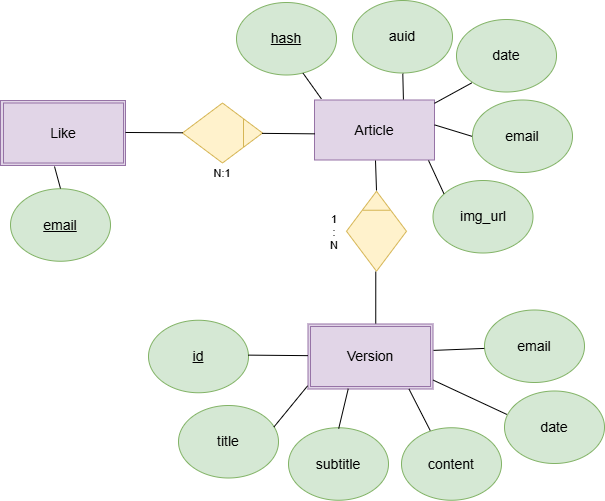
The draw.io diagram memoria/media/mer-tfg.drawio.png in 841723/locatopedia, before a commit. Source tidied: cells renumbered, new cells last; positions are measured from the earlier drawing's top-left corner, leaving out a move shared by most shapes.
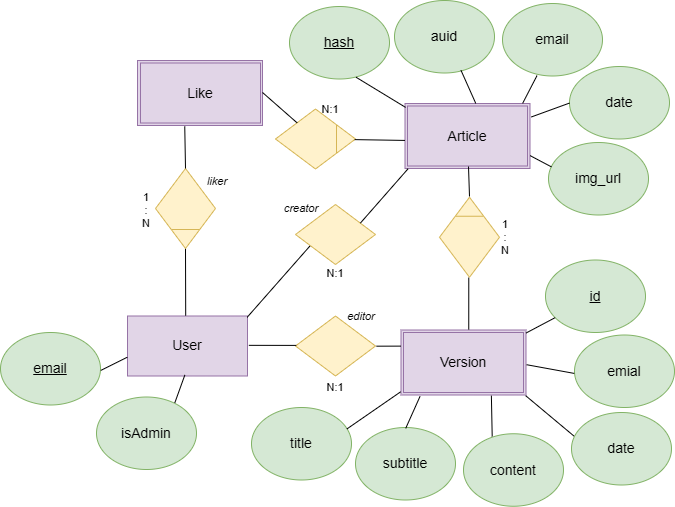
After the change.

The edit, as a diff of the source:
```diff
@@ -2,14 +2,17 @@
   <root>
     <mxCell id="0" />
     <mxCell id="1" parent="0" />
+    <mxCell id="42" style="rounded=0;whiteSpace=wrap;html=1;fontSize=14;fillColor=#e1d5e7;strokeColor=#9673a6;" parent="1" vertex="1">
+      <mxGeometry x="311.5" y="97" width="125" height="65" as="geometry" />
+    </mxCell>
     <mxCell id="2" style="rounded=0;whiteSpace=wrap;html=1;fontSize=14;fillColor=#e1d5e7;strokeColor=#9673a6;" parent="1" vertex="1">
       <mxGeometry x="307.5" y="323.5" width="125" height="65" as="geometry" />
     </mxCell>
     <mxCell id="3" style="rounded=0;whiteSpace=wrap;html=1;fontSize=14;fillColor=#e1d5e7;strokeColor=#9673a6;" parent="1" vertex="1">
-      <mxGeometry y="100" width="125" height="65" as="geometry" />
+      <mxGeometry x="44" y="54" width="125" height="65" as="geometry" />
     </mxCell>
     <mxCell id="4" value="Like" style="rounded=0;whiteSpace=wrap;html=1;fontSize=14;fillColor=#e1d5e7;strokeColor=#9673a6;" parent="1" vertex="1">
-      <mxGeometry x="3" y="102.5" width="120" height="60" as="geometry" />
+      <mxGeometry x="47" y="56.5" width="120" height="60" as="geometry" />
     </mxCell>
     <mxCell id="5" value="Article" style="rounded=0;whiteSpace=wrap;html=1;fontSize=14;fillColor=#e1d5e7;strokeColor=#9673a6;" parent="1" vertex="1">
       <mxGeometry x="314" y="99.5" width="120" height="60" as="geometry" />
@@ -29,67 +32,55 @@
     <mxCell id="9" style="rhombus;whiteSpace=wrap;html=1;rotation=0;fontSize=14;fillColor=#fff2cc;strokeColor=#d6b656;" parent="1" vertex="1">
       <mxGeometry x="182" y="102.5" width="80" height="60" as="geometry" />
     </mxCell>
-    <mxCell id="10" style="rounded=0;jettySize=auto;html=1;endArrow=none;endFill=0;entryX=0.004;entryY=0.564;entryDx=0;entryDy=0;entryPerimeter=0;" parent="1" edge="1" source="9" target="5">
+    <mxCell id="10" style="rounded=0;jettySize=auto;html=1;endArrow=none;endFill=0;entryX=0;entryY=0.568;entryDx=0;entryDy=0;entryPerimeter=0;" parent="1" edge="1" source="9" target="42">
       <mxGeometry relative="1" as="geometry" />
     </mxCell>
     <mxCell id="11" style="rounded=0;jettySize=auto;html=1;endArrow=none;endFill=0;entryX=1;entryY=0.492;entryDx=0;entryDy=0;entryPerimeter=0;" parent="1" edge="1" source="9" target="3">
       <mxGeometry relative="1" as="geometry" />
     </mxCell>
-    <mxCell id="12" value="&lt;u&gt;email&lt;/u&gt;" style="ellipse;whiteSpace=wrap;html=1;fontFamily=Helvetica;fontSize=14;fillColor=#d5e8d4;strokeColor=#82b366;fontStyle=0;" parent="1" vertex="1">
-      <mxGeometry x="10" y="188.2" width="100" height="72.5" as="geometry" />
-    </mxCell>
     <mxCell id="13" value="auid" style="ellipse;whiteSpace=wrap;html=1;fontFamily=Helvetica;fontSize=14;fillColor=#d5e8d4;strokeColor=#82b366;fontStyle=0;" parent="1" vertex="1">
-      <mxGeometry x="352" width="100" height="72.5" as="geometry" />
+      <mxGeometry x="301" y="-6" width="100" height="72.5" as="geometry" />
     </mxCell>
-    <mxCell id="14" value="date" style="ellipse;whiteSpace=wrap;html=1;fontFamily=Helvetica;fontSize=14;fillColor=#d5e8d4;strokeColor=#82b366;fontStyle=0;" parent="1" vertex="1">
-      <mxGeometry x="456" y="19" width="100" height="72.5" as="geometry" />
+    <mxCell id="14" value="email" style="ellipse;whiteSpace=wrap;html=1;fontFamily=Helvetica;fontSize=14;fillColor=#d5e8d4;strokeColor=#82b366;fontStyle=0;" parent="1" vertex="1">
+      <mxGeometry x="409" y="-3" width="100" height="72.5" as="geometry" />
     </mxCell>
-    <mxCell id="15" value="email" style="ellipse;whiteSpace=wrap;html=1;fontFamily=Helvetica;fontSize=14;fillColor=#d5e8d4;strokeColor=#82b366;fontStyle=0;" parent="1" vertex="1">
-      <mxGeometry x="472" y="99.5" width="100" height="72.5" as="geometry" />
-    </mxCell>
-    <mxCell id="16" value="img_url" style="ellipse;whiteSpace=wrap;html=1;fontFamily=Helvetica;fontSize=14;fillColor=#d5e8d4;strokeColor=#82b366;fontStyle=0;" parent="1" vertex="1">
-      <mxGeometry x="432.5" y="180" width="100" height="72.5" as="geometry" />
+    <mxCell id="16" value="date" style="ellipse;whiteSpace=wrap;html=1;fontFamily=Helvetica;fontSize=14;fillColor=#d5e8d4;strokeColor=#82b366;fontStyle=0;" parent="1" vertex="1">
+      <mxGeometry x="476" y="60" width="100" height="72.5" as="geometry" />
     </mxCell>
     <mxCell id="17" value="title" style="ellipse;whiteSpace=wrap;html=1;fontFamily=Helvetica;fontSize=14;fillColor=#d5e8d4;strokeColor=#82b366;fontStyle=0;" parent="1" vertex="1">
-      <mxGeometry x="178" y="405" width="100" height="72.5" as="geometry" />
+      <mxGeometry x="158" y="401" width="100" height="72.5" as="geometry" />
     </mxCell>
     <mxCell id="18" value="subtitle" style="ellipse;whiteSpace=wrap;html=1;fontFamily=Helvetica;fontSize=14;fillColor=#d5e8d4;strokeColor=#82b366;fontStyle=0;" parent="1" vertex="1">
-      <mxGeometry x="288" y="427.2" width="100" height="72.5" as="geometry" />
+      <mxGeometry x="262" y="421" width="100" height="72.5" as="geometry" />
     </mxCell>
     <mxCell id="19" value="content" style="ellipse;whiteSpace=wrap;html=1;fontFamily=Helvetica;fontSize=14;fillColor=#d5e8d4;strokeColor=#82b366;fontStyle=0;" parent="1" vertex="1">
-      <mxGeometry x="401" y="427.2" width="100" height="72.5" as="geometry" />
+      <mxGeometry x="370" y="427.2" width="100" height="72.5" as="geometry" />
     </mxCell>
     <mxCell id="20" value="date" style="ellipse;whiteSpace=wrap;html=1;fontFamily=Helvetica;fontSize=14;fillColor=#d5e8d4;strokeColor=#82b366;fontStyle=0;" parent="1" vertex="1">
-      <mxGeometry x="504" y="390.5" width="100" height="72.5" as="geometry" />
+      <mxGeometry x="478" y="406" width="100" height="72.5" as="geometry" />
     </mxCell>
-    <mxCell id="21" value="email" style="ellipse;whiteSpace=wrap;html=1;fontFamily=Helvetica;fontSize=14;fillColor=#d5e8d4;strokeColor=#82b366;fontStyle=0;" parent="1" vertex="1">
-      <mxGeometry x="484" y="309.5" width="100" height="72.5" as="geometry" />
+    <mxCell id="21" value="emial" style="ellipse;whiteSpace=wrap;html=1;fontFamily=Helvetica;fontSize=14;fillColor=#d5e8d4;strokeColor=#82b366;fontStyle=0;" parent="1" vertex="1">
+      <mxGeometry x="481" y="328.5" width="100" height="72.5" as="geometry" />
     </mxCell>
-    <mxCell id="22" style="rounded=0;jettySize=auto;html=1;endArrow=none;endFill=0;entryX=0.5;entryY=-0.003;entryDx=0;entryDy=0;entryPerimeter=0;exitX=0.432;exitY=1.015;exitDx=0;exitDy=0;exitPerimeter=0;" parent="1" edge="1" source="3" target="12">
-      <mxGeometry relative="1" as="geometry" />
-    </mxCell>
-    <mxCell id="23" style="rounded=0;jettySize=auto;html=1;endArrow=none;endFill=0;entryX=0.741;entryY=-0.008;entryDx=0;entryDy=0;entryPerimeter=0;exitX=0.503;exitY=1.009;exitDx=0;exitDy=0;exitPerimeter=0;" parent="1" edge="1" source="13" target="5">
+    <mxCell id="23" style="rounded=0;jettySize=auto;html=1;endArrow=none;endFill=0;exitX=0.665;exitY=0.963;exitDx=0;exitDy=0;exitPerimeter=0;entryX=0.566;entryY=-0.002;entryDx=0;entryDy=0;entryPerimeter=0;" parent="1" edge="1" source="13" target="42">
       <mxGeometry relative="1" as="geometry" />
     </mxCell>
-    <mxCell id="24" style="rounded=0;jettySize=auto;html=1;endArrow=none;endFill=0;entryX=1;entryY=0.055;entryDx=0;entryDy=0;entryPerimeter=0;exitX=0.152;exitY=0.875;exitDx=0;exitDy=0;exitPerimeter=0;" parent="1" edge="1" source="14" target="5">
+    <mxCell id="24" style="rounded=0;jettySize=auto;html=1;endArrow=none;endFill=0;entryX=0.941;entryY=-0.002;entryDx=0;entryDy=0;entryPerimeter=0;exitX=0.345;exitY=0.995;exitDx=0;exitDy=0;exitPerimeter=0;" parent="1" edge="1" source="14" target="42">
       <mxGeometry relative="1" as="geometry" />
     </mxCell>
-    <mxCell id="25" style="rounded=0;jettySize=auto;html=1;endArrow=none;endFill=0;entryX=1.001;entryY=0.415;entryDx=0;entryDy=0;entryPerimeter=0;exitX=-0.005;exitY=0.501;exitDx=0;exitDy=0;exitPerimeter=0;" parent="1" edge="1" source="15" target="5">
-      <mxGeometry relative="1" as="geometry" />
-    </mxCell>
-    <mxCell id="26" style="rounded=0;jettySize=auto;html=1;endArrow=none;endFill=0;entryX=0.95;entryY=1.007;entryDx=0;entryDy=0;entryPerimeter=0;exitX=0.109;exitY=0.181;exitDx=0;exitDy=0;exitPerimeter=0;" parent="1" edge="1" source="16" target="5">
+    <mxCell id="26" style="rounded=0;jettySize=auto;html=1;endArrow=none;endFill=0;entryX=1.011;entryY=0.207;entryDx=0;entryDy=0;entryPerimeter=0;exitX=-0.001;exitY=0.505;exitDx=0;exitDy=0;exitPerimeter=0;" parent="1" edge="1" source="16" target="42">
       <mxGeometry relative="1" as="geometry" />
     </mxCell>
-    <mxCell id="27" style="rounded=0;jettySize=auto;html=1;endArrow=none;endFill=0;exitX=-0.002;exitY=0.53;exitDx=0;exitDy=0;exitPerimeter=0;entryX=1.004;entryY=0.406;entryDx=0;entryDy=0;entryPerimeter=0;" parent="1" edge="1" source="21" target="2">
+    <mxCell id="27" style="rounded=0;jettySize=auto;html=1;endArrow=none;endFill=0;exitX=-0.002;exitY=0.53;exitDx=0;exitDy=0;exitPerimeter=0;entryX=1.005;entryY=0.534;entryDx=0;entryDy=0;entryPerimeter=0;" parent="1" edge="1" source="21" target="2">
       <mxGeometry relative="1" as="geometry" />
     </mxCell>
-    <mxCell id="28" style="rounded=0;jettySize=auto;html=1;endArrow=none;endFill=0;entryX=1.001;entryY=0.863;entryDx=0;entryDy=0;entryPerimeter=0;exitX=0.023;exitY=0.323;exitDx=0;exitDy=0;exitPerimeter=0;" parent="1" edge="1" source="20" target="2">
+    <mxCell id="28" style="rounded=0;jettySize=auto;html=1;endArrow=none;endFill=0;entryX=0.997;entryY=1.01;entryDx=0;entryDy=0;entryPerimeter=0;exitX=0.023;exitY=0.323;exitDx=0;exitDy=0;exitPerimeter=0;" parent="1" edge="1" source="20" target="2">
       <mxGeometry relative="1" as="geometry" />
     </mxCell>
-    <mxCell id="29" style="rounded=0;jettySize=auto;html=1;endArrow=none;endFill=0;exitX=0.287;exitY=0.038;exitDx=0;exitDy=0;exitPerimeter=0;entryX=0.808;entryY=1.001;entryDx=0;entryDy=0;entryPerimeter=0;" parent="1" edge="1" source="19" target="2">
+    <mxCell id="29" style="rounded=0;jettySize=auto;html=1;endArrow=none;endFill=0;exitX=0.287;exitY=0.038;exitDx=0;exitDy=0;exitPerimeter=0;entryX=0.723;entryY=1.01;entryDx=0;entryDy=0;entryPerimeter=0;" parent="1" edge="1" source="19" target="2">
       <mxGeometry relative="1" as="geometry" />
     </mxCell>
-    <mxCell id="30" style="rounded=0;jettySize=auto;html=1;endArrow=none;endFill=0;entryX=0.322;entryY=0.996;entryDx=0;entryDy=0;entryPerimeter=0;exitX=0.502;exitY=0.012;exitDx=0;exitDy=0;exitPerimeter=0;" parent="1" edge="1" source="18" target="2">
+    <mxCell id="30" style="rounded=0;jettySize=auto;html=1;endArrow=none;endFill=0;entryX=0.152;entryY=1.022;entryDx=0;entryDy=0;entryPerimeter=0;exitX=0.502;exitY=0.012;exitDx=0;exitDy=0;exitPerimeter=0;" parent="1" edge="1" source="18" target="2">
       <mxGeometry relative="1" as="geometry" />
     </mxCell>
     <mxCell id="31" style="rounded=0;jettySize=auto;html=1;endArrow=none;endFill=0;entryX=-0.003;entryY=0.951;entryDx=0;entryDy=0;entryPerimeter=0;exitX=0.955;exitY=0.295;exitDx=0;exitDy=0;exitPerimeter=0;" parent="1" edge="1" source="17" target="2">
@@ -102,10 +93,10 @@
       </mxGeometry>
     </mxCell>
     <mxCell id="33" value="N:1" style="text;strokeColor=none;align=center;fillColor=none;html=1;verticalAlign=middle;whiteSpace=wrap;rounded=0;fontSize=11;fontFamily=Helvetica;fontColor=default;" parent="1" vertex="1">
-      <mxGeometry x="192" y="159.5" width="60" height="27" as="geometry" />
+      <mxGeometry x="207" y="89.5" width="60" height="27" as="geometry" />
     </mxCell>
     <mxCell id="34" value="1&lt;div&gt;:&lt;/div&gt;&lt;div&gt;N&lt;/div&gt;" style="text;strokeColor=none;align=center;fillColor=none;html=1;verticalAlign=middle;whiteSpace=wrap;rounded=0;fontSize=11;fontFamily=Helvetica;fontColor=default;" parent="1" vertex="1">
-      <mxGeometry x="304" y="218.5" width="60" height="27" as="geometry" />
+      <mxGeometry x="382" y="217.2" width="60" height="27" as="geometry" />
     </mxCell>
     <mxCell id="35" style="group;rotation=-90;" parent="1" vertex="1">
       <mxGeometry x="336" y="200.8" width="80" height="60" as="geometry" />
@@ -119,17 +110,106 @@
         <mxPoint x="54" y="9" as="targetPoint" />
       </mxGeometry>
     </mxCell>
-    <mxCell id="38" value="&lt;u&gt;id&lt;/u&gt;" style="ellipse;whiteSpace=wrap;html=1;fontFamily=Helvetica;fontSize=14;fillColor=#d5e8d4;strokeColor=#82b366;fontStyle=0;" parent="1" vertex="1">
-      <mxGeometry x="148" y="319.8" width="100" height="72.5" as="geometry" />
-    </mxCell>
-    <mxCell id="39" style="rounded=0;jettySize=auto;html=1;endArrow=none;endFill=0;exitX=0.998;exitY=0.481;exitDx=0;exitDy=0;exitPerimeter=0;entryX=0;entryY=0.487;entryDx=0;entryDy=0;entryPerimeter=0;" parent="1" edge="1" source="38" target="2">
-      <mxGeometry relative="1" as="geometry" />
-    </mxCell>
     <mxCell id="40" value="&lt;u&gt;hash&lt;/u&gt;" style="ellipse;whiteSpace=wrap;html=1;fontFamily=Helvetica;fontSize=14;fillColor=#d5e8d4;strokeColor=#82b366;fontStyle=0;" parent="1" vertex="1">
-      <mxGeometry x="236" y="2" width="100" height="72.5" as="geometry" />
+      <mxGeometry x="196" width="100" height="72.5" as="geometry" />
     </mxCell>
-    <mxCell id="41" style="rounded=0;jettySize=auto;html=1;endArrow=none;endFill=0;entryX=0.057;entryY=-0.02;entryDx=0;entryDy=0;entryPerimeter=0;exitX=0.666;exitY=0.976;exitDx=0;exitDy=0;exitPerimeter=0;" parent="1" edge="1" source="40" target="5">
+    <mxCell id="41" style="rounded=0;jettySize=auto;html=1;endArrow=none;endFill=0;entryX=-0.016;entryY=0.023;entryDx=0;entryDy=0;entryPerimeter=0;exitX=0.666;exitY=0.976;exitDx=0;exitDy=0;exitPerimeter=0;" parent="1" edge="1" source="40" target="5">
       <mxGeometry relative="1" as="geometry" />
     </mxCell>
+    <mxCell id="43" value="User" style="rounded=0;whiteSpace=wrap;html=1;fontSize=14;fillColor=#e1d5e7;strokeColor=#9673a6;" parent="1" vertex="1">
+      <mxGeometry x="34" y="309.5" width="120" height="60" as="geometry" />
+    </mxCell>
+    <mxCell id="12" value="&lt;u&gt;email&lt;/u&gt;" style="ellipse;whiteSpace=wrap;html=1;fontFamily=Helvetica;fontSize=14;fillColor=#d5e8d4;strokeColor=#82b366;fontStyle=0;" parent="1" vertex="1">
+      <mxGeometry x="-93" y="326" width="100" height="72.5" as="geometry" />
+    </mxCell>
+    <mxCell id="44" style="rounded=0;jettySize=auto;html=1;endArrow=none;endFill=0;entryX=-0.002;entryY=0.687;entryDx=0;entryDy=0;entryPerimeter=0;exitX=1.003;exitY=0.523;exitDx=0;exitDy=0;exitPerimeter=0;" parent="1" edge="1" source="12" target="43">
+      <mxGeometry relative="1" as="geometry" />
+    </mxCell>
+    <mxCell id="45" style="rhombus;whiteSpace=wrap;html=1;rotation=0;fontSize=14;fillColor=#fff2cc;strokeColor=#d6b656;" parent="1" vertex="1">
+      <mxGeometry x="202" y="309.5" width="80" height="60" as="geometry" />
+    </mxCell>
+    <mxCell id="46" style="rhombus;whiteSpace=wrap;html=1;rotation=0;fontSize=14;fillColor=#fff2cc;strokeColor=#d6b656;" parent="1" vertex="1">
+      <mxGeometry x="202" y="198" width="80" height="60" as="geometry" />
+    </mxCell>
+    <mxCell id="47" style="group;rotation=-90;" parent="1" vertex="1">
+      <mxGeometry x="52" y="172" width="80" height="60" as="geometry" />
+    </mxCell>
+    <mxCell id="48" style="rhombus;whiteSpace=wrap;html=1;rotation=-90;fontSize=14;fillColor=#fff2cc;strokeColor=#d6b656;" parent="47" vertex="1">
+      <mxGeometry width="80" height="60" as="geometry" />
+    </mxCell>
+    <mxCell id="49" style="rounded=0;orthogonalLoop=1;jettySize=auto;html=1;endArrow=none;endFill=0;fillColor=#fff2cc;strokeColor=#d6b656;" parent="47" edge="1">
+      <mxGeometry relative="1" as="geometry">
+        <mxPoint x="26" y="51" as="sourcePoint" />
+        <mxPoint x="54" y="51" as="targetPoint" />
+      </mxGeometry>
+    </mxCell>
+    <mxCell id="50" style="rounded=0;orthogonalLoop=1;jettySize=auto;html=1;endArrow=none;endFill=0;fillColor=#fff2cc;strokeColor=none;" parent="1" edge="1">
+      <mxGeometry relative="1" as="geometry">
+        <mxPoint x="220.8" y="214" as="sourcePoint" />
+        <mxPoint x="220.8" y="242" as="targetPoint" />
+      </mxGeometry>
+    </mxCell>
+    <mxCell id="51" style="rounded=0;orthogonalLoop=1;jettySize=auto;html=1;endArrow=none;endFill=0;fillColor=#fff2cc;strokeColor=none;" parent="1" edge="1">
+      <mxGeometry relative="1" as="geometry">
+        <mxPoint x="220.8" y="325.5" as="sourcePoint" />
+        <mxPoint x="220.8" y="353.5" as="targetPoint" />
+      </mxGeometry>
+    </mxCell>
+    <mxCell id="52" style="rounded=0;jettySize=auto;html=1;endArrow=none;endFill=0;entryX=0.378;entryY=1.012;entryDx=0;entryDy=0;entryPerimeter=0;" parent="1" edge="1" target="3">
+      <mxGeometry relative="1" as="geometry">
+        <mxPoint x="92" y="162" as="sourcePoint" />
+      </mxGeometry>
+    </mxCell>
+    <mxCell id="53" style="rounded=0;jettySize=auto;html=1;endArrow=none;endFill=0;entryX=-0.004;entryY=0.5;entryDx=0;entryDy=0;entryPerimeter=0;exitX=0.485;exitY=-0.006;exitDx=0;exitDy=0;exitPerimeter=0;" parent="1" edge="1" source="43" target="48">
+      <mxGeometry relative="1" as="geometry" />
+    </mxCell>
+    <mxCell id="54" style="rounded=0;jettySize=auto;html=1;endArrow=none;endFill=0;entryX=0.179;entryY=0.694;entryDx=0;entryDy=0;entryPerimeter=0;exitX=0.997;exitY=0.022;exitDx=0;exitDy=0;exitPerimeter=0;" parent="1" edge="1" source="43" target="46">
+      <mxGeometry relative="1" as="geometry" />
+    </mxCell>
+    <mxCell id="55" style="rounded=0;jettySize=auto;html=1;endArrow=none;endFill=0;entryX=0.025;entryY=1.003;entryDx=0;entryDy=0;entryPerimeter=0;exitX=0.811;exitY=0.31;exitDx=0;exitDy=0;exitPerimeter=0;" parent="1" edge="1" source="46" target="42">
+      <mxGeometry relative="1" as="geometry" />
+    </mxCell>
+    <mxCell id="56" style="rounded=0;jettySize=auto;html=1;endArrow=none;endFill=0;entryX=0.01;entryY=0.49;entryDx=0;entryDy=0;entryPerimeter=0;exitX=1.011;exitY=0.489;exitDx=0;exitDy=0;exitPerimeter=0;" parent="1" edge="1" source="43" target="45">
+      <mxGeometry relative="1" as="geometry" />
+    </mxCell>
+    <mxCell id="57" style="rounded=0;jettySize=auto;html=1;endArrow=none;endFill=0;entryX=0;entryY=0.248;entryDx=0;entryDy=0;entryPerimeter=0;exitX=1.01;exitY=0.503;exitDx=0;exitDy=0;exitPerimeter=0;" parent="1" edge="1" source="45" target="2">
+      <mxGeometry relative="1" as="geometry" />
+    </mxCell>
+    <mxCell id="58" value="N:1" style="text;strokeColor=none;align=center;fillColor=none;html=1;verticalAlign=middle;whiteSpace=wrap;rounded=0;fontSize=11;fontFamily=Helvetica;fontColor=default;" parent="1" vertex="1">
+      <mxGeometry x="212" y="367" width="60" height="27" as="geometry" />
+    </mxCell>
+    <mxCell id="59" value="&lt;i&gt;editor&lt;/i&gt;" style="text;strokeColor=none;align=center;fillColor=none;html=1;verticalAlign=middle;whiteSpace=wrap;rounded=0;fontSize=11;fontFamily=Helvetica;fontColor=default;" parent="1" vertex="1">
+      <mxGeometry x="238" y="296.5" width="60" height="27" as="geometry" />
+    </mxCell>
+    <mxCell id="60" value="&lt;i&gt;creator&lt;/i&gt;" style="text;strokeColor=none;align=center;fillColor=none;html=1;verticalAlign=middle;whiteSpace=wrap;rounded=0;fontSize=11;fontFamily=Helvetica;fontColor=default;" parent="1" vertex="1">
+      <mxGeometry x="178" y="188.5" width="60" height="27" as="geometry" />
+    </mxCell>
+    <mxCell id="61" value="&lt;i&gt;liker&lt;/i&gt;" style="text;strokeColor=none;align=center;fillColor=none;html=1;verticalAlign=middle;whiteSpace=wrap;rounded=0;fontSize=11;fontFamily=Helvetica;fontColor=default;" parent="1" vertex="1">
+      <mxGeometry x="94" y="161.5" width="60" height="27" as="geometry" />
+    </mxCell>
+    <mxCell id="62" value="N:1" style="text;strokeColor=none;align=center;fillColor=none;html=1;verticalAlign=middle;whiteSpace=wrap;rounded=0;fontSize=11;fontFamily=Helvetica;fontColor=default;" parent="1" vertex="1">
+      <mxGeometry x="212" y="253" width="60" height="27" as="geometry" />
+    </mxCell>
+    <mxCell id="63" value="1&lt;div&gt;:&lt;/div&gt;&lt;div&gt;N&lt;/div&gt;" style="text;strokeColor=none;align=center;fillColor=none;html=1;verticalAlign=middle;whiteSpace=wrap;rounded=0;fontSize=11;fontFamily=Helvetica;fontColor=default;" parent="1" vertex="1">
+      <mxGeometry x="23" y="190.2" width="60" height="27" as="geometry" />
+    </mxCell>
+    <mxCell id="64" value="isAdmin" style="ellipse;whiteSpace=wrap;html=1;fontFamily=Helvetica;fontSize=14;fillColor=#d5e8d4;strokeColor=#82b366;fontStyle=0;" parent="1" vertex="1">
+      <mxGeometry x="3" y="390.5" width="100" height="72.5" as="geometry" />
+    </mxCell>
+    <mxCell id="65" style="rounded=0;jettySize=auto;html=1;endArrow=none;endFill=0;entryX=0.478;entryY=0.983;entryDx=0;entryDy=0;entryPerimeter=0;exitX=0.783;exitY=0.081;exitDx=0;exitDy=0;exitPerimeter=0;" parent="1" edge="1" source="64" target="43">
+      <mxGeometry relative="1" as="geometry" />
+    </mxCell>
+    <mxCell id="38" value="&lt;u&gt;id&lt;/u&gt;" style="ellipse;whiteSpace=wrap;html=1;fontFamily=Helvetica;fontSize=14;fillColor=#d5e8d4;strokeColor=#82b366;fontStyle=0;" parent="1" vertex="1">
+      <mxGeometry x="452" y="253.5" width="100" height="72.5" as="geometry" />
+    </mxCell>
+    <mxCell id="66" value="img_url" style="ellipse;whiteSpace=wrap;html=1;fontFamily=Helvetica;fontSize=14;fillColor=#d5e8d4;strokeColor=#82b366;fontStyle=0;" parent="1" vertex="1">
+      <mxGeometry x="455" y="136" width="100" height="72.5" as="geometry" />
+    </mxCell>
+    <mxCell id="39" style="rounded=0;jettySize=auto;html=1;endArrow=none;endFill=0;entryX=1.001;entryY=0.046;entryDx=0;entryDy=0;entryPerimeter=0;" parent="1" edge="1" source="38" target="2">
+      <mxGeometry relative="1" as="geometry" />
+    </mxCell>
+    <mxCell id="67" style="rounded=0;jettySize=auto;html=1;endArrow=none;endFill=0;entryX=1.001;entryY=0.802;entryDx=0;entryDy=0;entryPerimeter=0;exitX=0.029;exitY=0.336;exitDx=0;exitDy=0;exitPerimeter=0;" parent="1" edge="1" source="66" target="42">
+      <mxGeometry relative="1" as="geometry" />
+    </mxCell>
   </root>
 </mxGraphModel>
```
